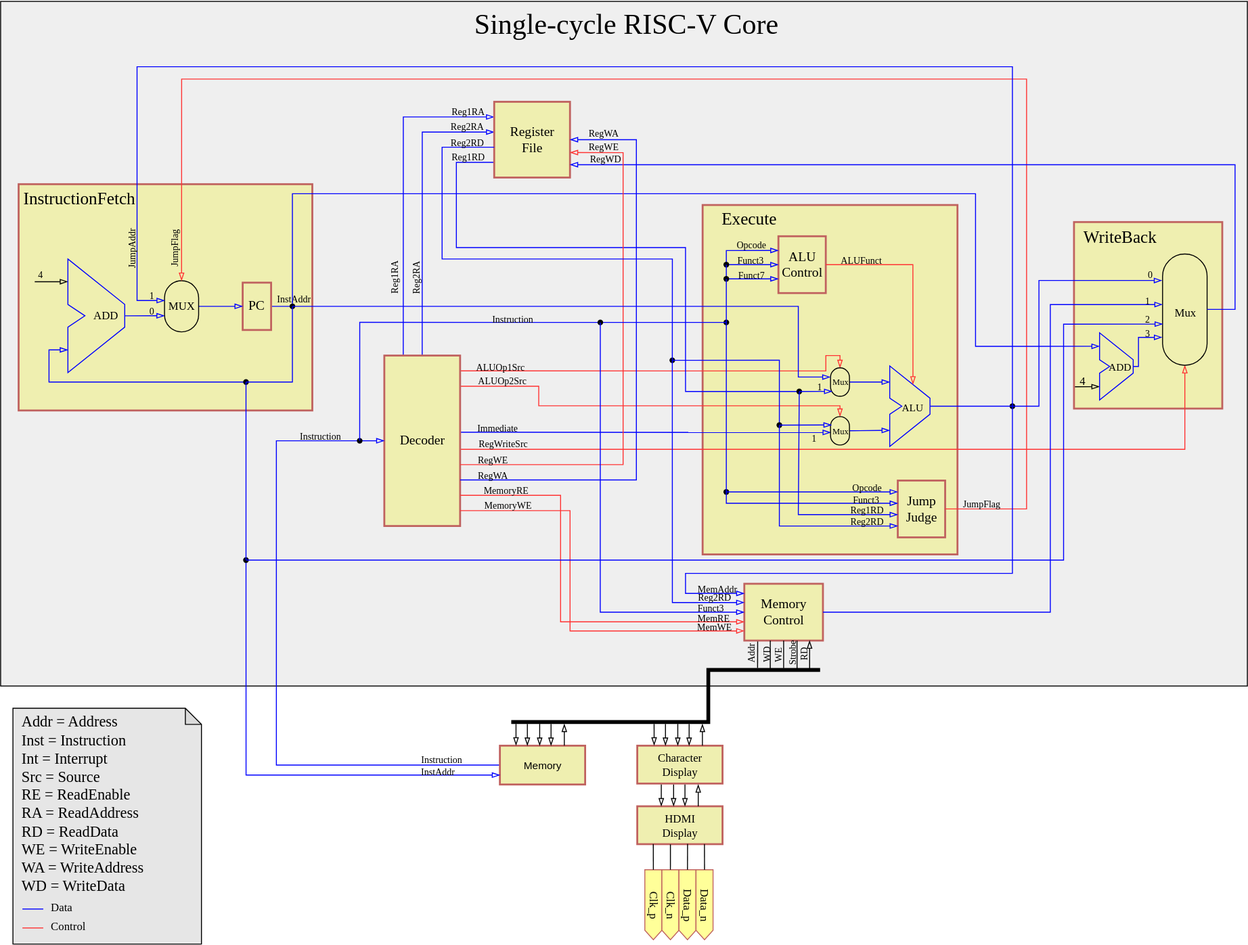
Before: docs/docs/better-tut/labs/lab1/assets/single_cycle_cpu.drawio.svg, a diagram exported from draw.io (Tokisakix/2023-fall-yatcpu-repo). Source tidied: cells renumbered, new cells last; positions are measured from the earlier drawing's top-left corner, leaving out a move shared by most shapes.
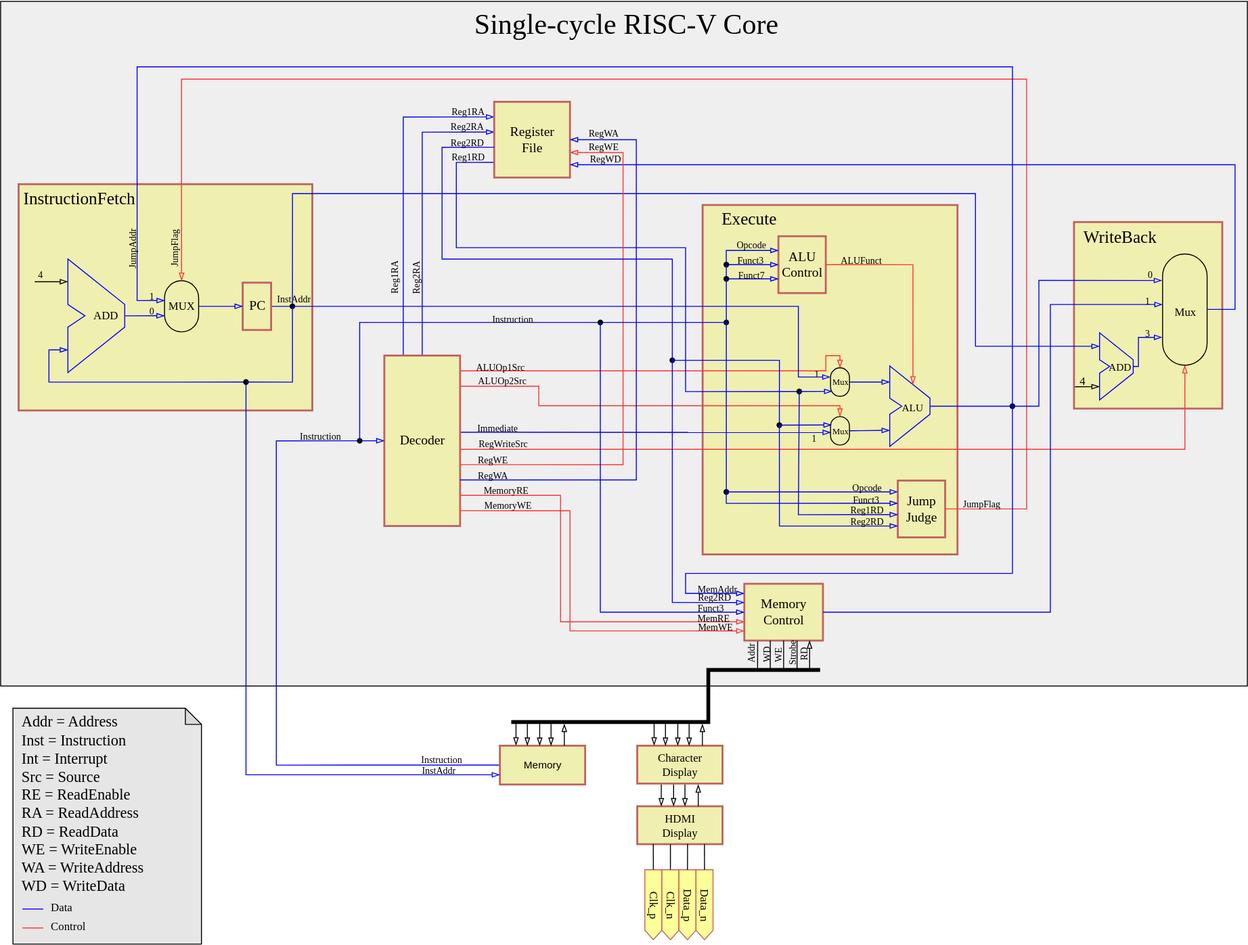
After the change.

What changed in the source:
```diff
@@ -255,17 +255,16 @@
         </Array>
       </mxGeometry>
     </mxCell>
-    <mxCell id="60" style="edgeStyle=orthogonalEdgeStyle;shape=connector;rounded=0;jettySize=auto;html=1;entryX=0;entryY=0.75;entryDx=0;entryDy=0;strokeColor=#0000FF;align=center;verticalAlign=middle;fontFamily=Times New Roman;fontSize=11;fontColor=default;labelBackgroundColor=none;endArrow=blockThin;endFill=0;exitX=0.512;exitY=0.619;exitDx=0;exitDy=0;exitPerimeter=0;" parent="1" edge="1" source="131" target="58">
+    <mxCell id="60" style="edgeStyle=orthogonalEdgeStyle;shape=connector;rounded=0;jettySize=auto;html=1;entryX=0;entryY=0.75;entryDx=0;entryDy=0;strokeColor=#0000FF;align=center;verticalAlign=middle;fontFamily=Times New Roman;fontSize=11;fontColor=default;labelBackgroundColor=none;endArrow=blockThin;endFill=0;exitX=0.733;exitY=0.617;exitDx=0;exitDy=0;exitPerimeter=0;" parent="1" edge="1" source="62" target="58">
       <mxGeometry relative="1" as="geometry">
         <Array as="points">
           <mxPoint x="259" y="818" />
-          <mxPoint x="527" y="818" />
         </Array>
       </mxGeometry>
     </mxCell>
     <mxCell id="61" value="InstAddr" style="edgeLabel;html=1;align=center;verticalAlign=middle;fontFamily=Times New Roman;fontSize=10;fontColor=default;labelBackgroundColor=none;fillColor=none;gradientColor=none;" parent="60" vertex="1">
       <mxGeometry x="0.76" y="-1" relative="1" as="geometry">
-        <mxPoint x="-8" y="-6" as="offset" />
+        <mxPoint x="15" y="-6" as="offset" />
       </mxGeometry>
     </mxCell>
     <mxCell id="62" style="shape=waypoint;sketch=0;fillStyle=solid;size=6;points=[];fillColor=none;perimeter=centerPerimeter;snapToPoint=1;align=center;verticalAlign=middle;fontFamily=Times New Roman;fontSize=11;fontColor=default;labelBackgroundColor=none;" parent="1" vertex="1">
@@ -539,7 +538,7 @@
     </mxCell>
     <mxCell id="119" value="1" style="edgeLabel;html=1;align=center;verticalAlign=middle;fontFamily=Times New Roman;fontSize=10;fontColor=default;labelBackgroundColor=none;fillColor=none;gradientColor=none;" parent="118" vertex="1">
       <mxGeometry x="-0.1" y="1" relative="1" as="geometry">
-        <mxPoint x="5" y="-5" as="offset" />
+        <mxPoint x="2" y="-19" as="offset" />
       </mxGeometry>
     </mxCell>
     <mxCell id="120" style="shape=waypoint;sketch=0;fillStyle=solid;size=6;points=[];fillColor=none;perimeter=centerPerimeter;snapToPoint=1;align=center;verticalAlign=middle;fontFamily=Times New Roman;fontSize=11;fontColor=default;labelBackgroundColor=none;" parent="1" vertex="1">
@@ -605,25 +604,6 @@
         <mxPoint x="2" y="-5" as="offset" />
       </mxGeometry>
     </mxCell>
-    <mxCell id="131" style="shape=waypoint;sketch=0;fillStyle=solid;size=6;points=[];fillColor=none;perimeter=centerPerimeter;snapToPoint=1;align=center;verticalAlign=middle;fontFamily=Times New Roman;fontSize=11;fontColor=default;labelBackgroundColor=none;" parent="1" vertex="1">
-      <mxGeometry x="249" y="581" width="20" height="20" as="geometry" />
-    </mxCell>
-    <mxCell id="132" style="edgeStyle=none;shape=connector;rounded=0;jettySize=auto;html=1;entryX=0.233;entryY=0.821;entryDx=0;entryDy=0;entryPerimeter=0;strokeColor=#0000FF;align=center;verticalAlign=middle;fontFamily=Times New Roman;fontSize=10;fontColor=default;labelBackgroundColor=none;endArrow=none;endFill=0;startFill=0;" parent="1" edge="1" source="62" target="131">
-      <mxGeometry relative="1" as="geometry" />
-    </mxCell>
-    <mxCell id="133" style="edgeStyle=orthogonalEdgeStyle;shape=connector;rounded=0;jettySize=auto;html=1;entryX=0.63;entryY=0.996;entryDx=0;entryDy=0;entryPerimeter=0;strokeColor=#0000FF;align=center;verticalAlign=middle;fontFamily=Times New Roman;fontSize=10;fontColor=default;labelBackgroundColor=none;endArrow=blockThin;endFill=0;" parent="1" edge="1" source="131" target="64">
-      <mxGeometry relative="1" as="geometry">
-        <Array as="points">
-          <mxPoint x="1122" y="591" />
-          <mxPoint x="1122" y="342" />
-        </Array>
-      </mxGeometry>
-    </mxCell>
-    <mxCell id="134" value="2" style="edgeLabel;html=1;align=center;verticalAlign=middle;fontFamily=Times New Roman;fontSize=10;fontColor=default;labelBackgroundColor=none;fillColor=none;gradientColor=none;" parent="133" vertex="1">
-      <mxGeometry x="0.97" y="1" relative="1" as="geometry">
-        <mxPoint y="-5" as="offset" />
-      </mxGeometry>
-    </mxCell>
     <mxCell id="135" style="edgeStyle=orthogonalEdgeStyle;shape=connector;rounded=0;jettySize=auto;html=1;entryX=0.238;entryY=1.014;entryDx=0;entryDy=0;entryPerimeter=0;strokeColor=#0000FF;align=center;verticalAlign=middle;fontFamily=Times New Roman;fontSize=10;fontColor=default;labelBackgroundColor=none;endArrow=blockThin;endFill=0;" parent="1" edge="1" source="106" target="64">
       <mxGeometry relative="1" as="geometry">
         <Array as="points">
```
